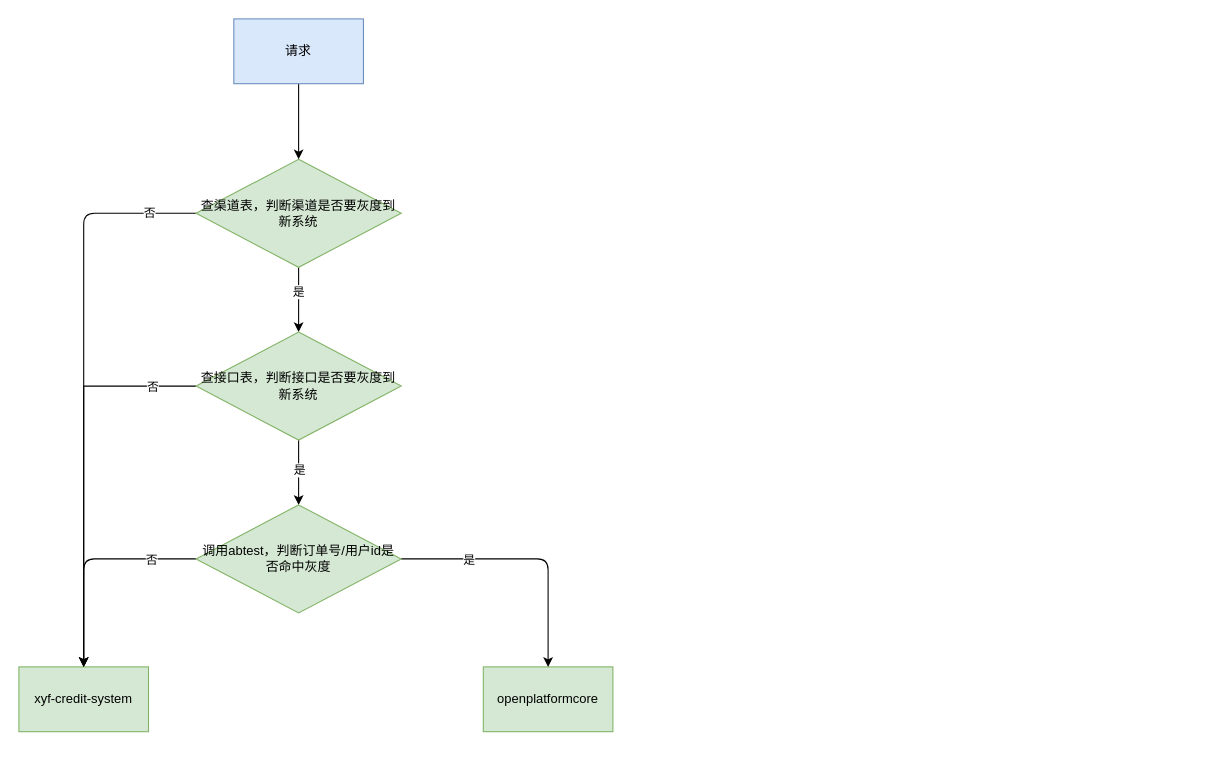
yuanlj-tea/picgo keeps this draw.io diagram as api产品中心-贷前-灰度计划.drawio. Above is the earlier version. Source tidied: cells renumbered, new cells numbered last; positions are measured from the earlier drawing's top-left corner, leaving out a move shared by most shapes. Both pictures are drawn from the tidied source at 108%, with x=0, y=0 at pixel (18, 18).
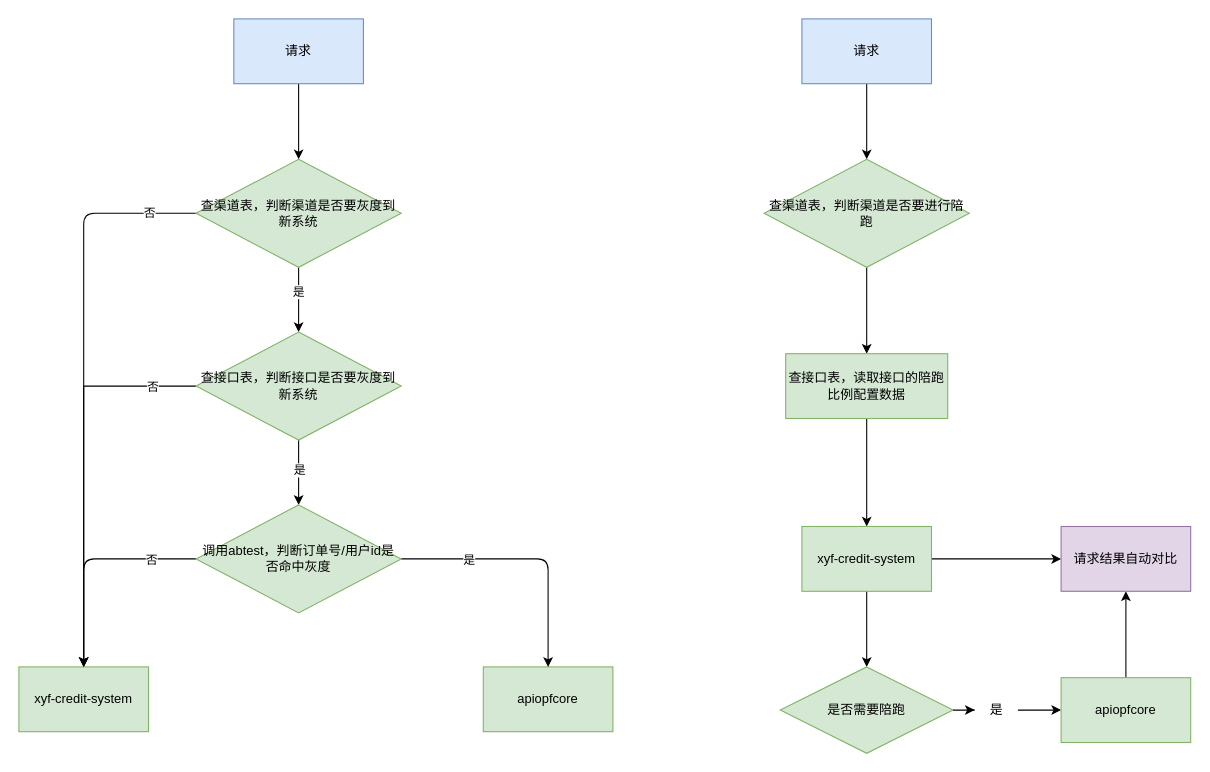
After the change.

Commit message:
更新api产品中心-贷前-灰度计划.drawio

The edit, as a diff of the source:
```diff
@@
-    <mxCell id="10" value="openplatformcore" style="rounded=0;whiteSpace=wrap;html=1;fillColor=#d5e8d4;strokeColor=#82b366;" parent="1" vertex="1">
+    <mxCell id="10" value="apiopfcore" style="rounded=0;whiteSpace=wrap;html=1;fillColor=#d5e8d4;strokeColor=#82b366;" parent="1" vertex="1">
       <mxGeometry x="430" y="600" width="120" height="60" as="geometry" />
     </mxCell>
@@
+    <mxCell id="21" style="edgeStyle=orthogonalEdgeStyle;rounded=0;jettySize=auto;html=1;entryX=0.5;entryY=0;entryDx=0;entryDy=0;" parent="1" edge="1" source="22" target="24">
+      <mxGeometry relative="1" as="geometry" />
+    </mxCell>
+    <mxCell id="22" value="请求" style="rounded=0;whiteSpace=wrap;html=1;fillColor=#dae8fc;strokeColor=#6c8ebf;" parent="1" vertex="1">
+      <mxGeometry x="725" width="120" height="60" as="geometry" />
+    </mxCell>
+    <mxCell id="23" style="edgeStyle=orthogonalEdgeStyle;rounded=0;jettySize=auto;html=1;" parent="1" edge="1" source="24" target="26">
+      <mxGeometry relative="1" as="geometry" />
+    </mxCell>
+    <mxCell id="24" value="查渠道表，判断渠道是否要进行陪跑" style="rhombus;whiteSpace=wrap;html=1;fillColor=#d5e8d4;strokeColor=#82b366;" parent="1" vertex="1">
+      <mxGeometry x="690" y="130" width="190" height="100" as="geometry" />
+    </mxCell>
+    <mxCell id="25" style="edgeStyle=orthogonalEdgeStyle;rounded=0;jettySize=auto;html=1;entryX=0.5;entryY=0;entryDx=0;entryDy=0;" parent="1" edge="1" source="26" target="29">
+      <mxGeometry relative="1" as="geometry" />
+    </mxCell>
+    <mxCell id="26" value="查接口表，读取接口的陪跑比例配置数据" style="whiteSpace=wrap;html=1;fillColor=#d5e8d4;strokeColor=#82b366;" parent="1" vertex="1">
+      <mxGeometry x="710" y="310" width="150" height="60" as="geometry" />
+    </mxCell>
+    <mxCell id="27" style="edgeStyle=orthogonalEdgeStyle;rounded=0;jettySize=auto;html=1;" parent="1" edge="1" source="29" target="31">
+      <mxGeometry relative="1" as="geometry" />
+    </mxCell>
+    <mxCell id="28" style="edgeStyle=orthogonalEdgeStyle;rounded=0;jettySize=auto;html=1;entryX=0;entryY=0.5;entryDx=0;entryDy=0;" parent="1" edge="1" source="29" target="36">
+      <mxGeometry relative="1" as="geometry" />
+    </mxCell>
+    <mxCell id="29" value="xyf-credit-system" style="rounded=0;whiteSpace=wrap;html=1;fillColor=#d5e8d4;strokeColor=#82b366;" parent="1" vertex="1">
+      <mxGeometry x="725" y="470" width="120" height="60" as="geometry" />
+    </mxCell>
+    <mxCell id="30" style="edgeStyle=orthogonalEdgeStyle;rounded=0;jettySize=auto;html=1;" parent="1" edge="1" source="35" target="33">
+      <mxGeometry relative="1" as="geometry" />
+    </mxCell>
+    <mxCell id="31" value="是否需要陪跑" style="rhombus;whiteSpace=wrap;html=1;fillColor=#d5e8d4;strokeColor=#82b366;rounded=0;" parent="1" vertex="1">
+      <mxGeometry x="705" y="600" width="160" height="80" as="geometry" />
+    </mxCell>
+    <mxCell id="32" style="edgeStyle=orthogonalEdgeStyle;rounded=0;jettySize=auto;html=1;entryX=0.5;entryY=1;entryDx=0;entryDy=0;" parent="1" edge="1" source="33" target="36">
+      <mxGeometry relative="1" as="geometry" />
+    </mxCell>
+    <mxCell id="33" value="apiopfcore" style="whiteSpace=wrap;html=1;fillColor=#d5e8d4;strokeColor=#82b366;rounded=0;" parent="1" vertex="1">
+      <mxGeometry x="965" y="610" width="120" height="60" as="geometry" />
+    </mxCell>
+    <mxCell id="34" style="edgeStyle=orthogonalEdgeStyle;rounded=0;jettySize=auto;html=1;" parent="1" edge="1" source="31" target="35">
+      <mxGeometry relative="1" as="geometry" />
+    </mxCell>
+    <mxCell id="35" value="是" style="text;html=1;align=center;verticalAlign=middle;points=[];strokeColor=none;fillColor=none;" parent="1" vertex="1">
+      <mxGeometry x="885" y="625" width="40" height="30" as="geometry" />
+    </mxCell>
+    <mxCell id="36" value="请求结果自动对比" style="rounded=0;whiteSpace=wrap;html=1;fillColor=#e1d5e7;strokeColor=#9673a6;" parent="1" vertex="1">
+      <mxGeometry x="965" y="470" width="120" height="60" as="geometry" />
+    </mxCell>
```
